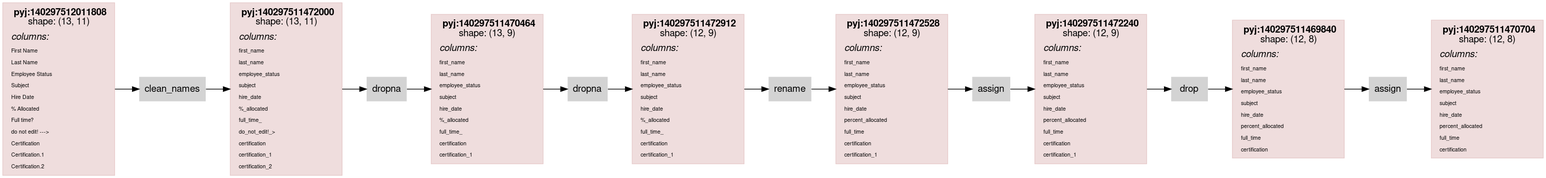
asmirnov69/pyjviz-poc keeps this Graphviz diagram as scripts/rdflog/dirty-clean-w-cmp.ttl.dot.png. Above is the earlier version. Its source is kept beside it as scripts/rdflog/dirty-clean-w-cmp.ttl.dot.
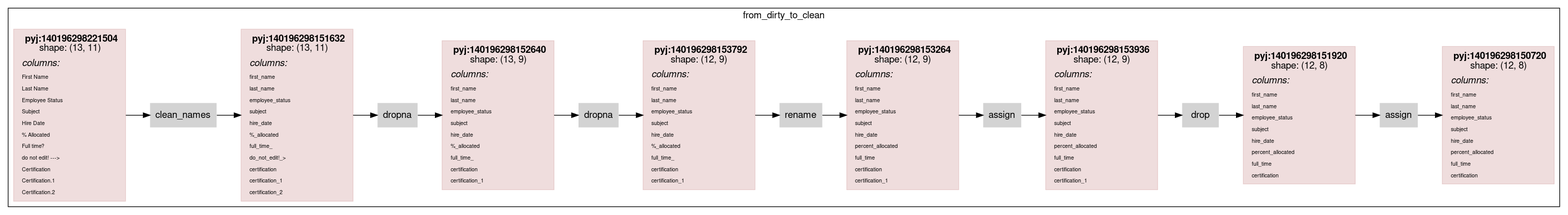
Above is the later version.

Diff of the diagram source:
```diff
@@ -14,7 +14,7 @@
                 color="#88000022"
                 shape = rect
                 label = <<table border="0" cellborder="0" cellspacing="0" cellpadding="4">
-                         <tr> <td> <b>pyj:140297512011808</b><br/>shape: (13, 11)</td> </tr>
+                         <tr> <td> <b>pyj:140196298221504</b><br/>shape: (13, 11)</td> </tr>
                          <tr> <td align="left"><i>columns:</i><br align="left"/></td></tr>
                 <tr><td align="left"><FONT POINT-SIZE="8px">First Name</FONT></td></tr>
 <tr><td align="left"><FONT POINT-SIZE="8px">Last Name</FONT></td></tr>
@@ -33,7 +33,7 @@
                 color="#88000022"
                 shape = rect
                 label = <<table border="0" cellborder="0" cellspacing="0" cellpadding="4">
-                         <tr> <td> <b>pyj:140297511472000</b><br/>shape: (13, 11)</td> </tr>
+                         <tr> <td> <b>pyj:140196298151632</b><br/>shape: (13, 11)</td> </tr>
                          <tr> <td align="left"><i>columns:</i><br align="left"/></td></tr>
                 <tr><td align="left"><FONT POINT-SIZE="8px">first_name</FONT></td></tr>
 <tr><td align="left"><FONT POINT-SIZE="8px">last_name</FONT></td></tr>
@@ -52,7 +52,7 @@
                 color="#88000022"
                 shape = rect
                 label = <<table border="0" cellborder="0" cellspacing="0" cellpadding="4">
-                         <tr> <td> <b>pyj:140297511470464</b><br/>shape: (13, 9)</td> </tr>
+                         <tr> <td> <b>pyj:140196298152640</b><br/>shape: (13, 9)</td> </tr>
                          <tr> <td align="left"><i>columns:</i><br align="left"/></td></tr>
                 <tr><td align="left"><FONT POINT-SIZE="8px">first_name</FONT></td></tr>
 <tr><td align="left"><FONT POINT-SIZE="8px">last_name</FONT></td></tr>
@@ -69,7 +69,7 @@
                 color="#88000022"
                 shape = rect
                 label = <<table border="0" cellborder="0" cellspacing="0" cellpadding="4">
-                         <tr> <td> <b>pyj:140297511472912</b><br/>shape: (12, 9)</td> </tr>
+                         <tr> <td> <b>pyj:140196298153792</b><br/>shape: (12, 9)</td> </tr>
                          <tr> <td align="left"><i>columns:</i><br align="left"/></td></tr>
                 <tr><td align="left"><FONT POINT-SIZE="8px">first_name</FONT></td></tr>
 <tr><td align="left"><FONT POINT-SIZE="8px">last_name</FONT></td></tr>
@@ -86,7 +86,7 @@
                 color="#88000022"
                 shape = rect
                 label = <<table border="0" cellborder="0" cellspacing="0" cellpadding="4">
-                         <tr> <td> <b>pyj:140297511472528</b><br/>shape: (12, 9)</td> </tr>
+                         <tr> <td> <b>pyj:140196298153264</b><br/>shape: (12, 9)</td> </tr>
                          <tr> <td align="left"><i>columns:</i><br align="left"/></td></tr>
                 <tr><td align="left"><FONT POINT-SIZE="8px">first_name</FONT></td></tr>
 <tr><td align="left"><FONT POINT-SIZE="8px">last_name</FONT></td></tr>
@@ -103,7 +103,7 @@
                 color="#88000022"
                 shape = rect
                 label = <<table border="0" cellborder="0" cellspacing="0" cellpadding="4">
-                         <tr> <td> <b>pyj:140297511472240</b><br/>shape: (12, 9)</td> </tr>
+                         <tr> <td> <b>pyj:140196298153936</b><br/>shape: (12, 9)</td> </tr>
                          <tr> <td align="left"><i>columns:</i><br align="left"/></td></tr>
                 <tr><td align="left"><FONT POINT-SIZE="8px">first_name</FONT></td></tr>
 <tr><td align="left"><FONT POINT-SIZE="8px">last_name</FONT></td></tr>
@@ -120,7 +120,7 @@
                 color="#88000022"
                 shape = rect
                 label = <<table border="0" cellborder="0" cellspacing="0" cellpadding="4">
-                         <tr> <td> <b>pyj:140297511469840</b><br/>shape: (12, 8)</td> </tr>
+                         <tr> <td> <b>pyj:140196298151920</b><br/>shape: (12, 8)</td> </tr>
                          <tr> <td align="left"><i>columns:</i><br align="left"/></td></tr>
                 <tr><td align="left"><FONT POINT-SIZE="8px">first_name</FONT></td></tr>
 <tr><td align="left"><FONT POINT-SIZE="8px">last_name</FONT></td></tr>
@@ -136,7 +136,7 @@
                 color="#88000022"
                 shape = rect
                 label = <<table border="0" cellborder="0" cellspacing="0" cellpadding="4">
-                         <tr> <td> <b>pyj:140297511470704</b><br/>shape: (12, 8)</td> </tr>
+                         <tr> <td> <b>pyj:140196298150720</b><br/>shape: (12, 8)</td> </tr>
                          <tr> <td align="left"><i>columns:</i><br align="left"/></td></tr>
                 <tr><td align="left"><FONT POINT-SIZE="8px">first_name</FONT></td></tr>
 <tr><td align="left"><FONT POINT-SIZE="8px">last_name</FONT></td></tr>
@@ -155,6 +155,8 @@
 node0_12 [ label = "assign" ];
 node0_13 [ label = "drop" ];
 node0_14 [ label = "assign" ];
+subgraph cluster_0 {
+label = "from_dirty_to_clean";
 node0_0 -> node0_8;
 node0_1 -> node0_9;
 node0_2 -> node0_10;
@@ -170,3 +172,4 @@
 node0_13 -> node0_6;
 node0_14 -> node0_7;
 }
+}
```
